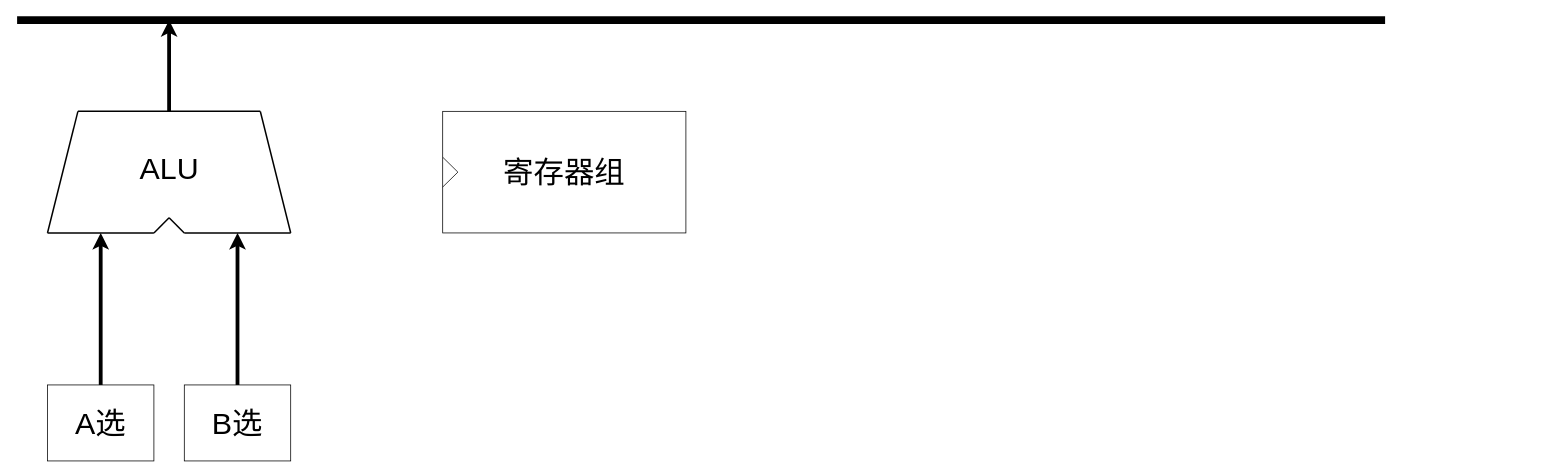
ShiaoYoung/Computer_Composition_Experiment keeps this draw.io diagram as toHandOn/总体结构图.drawio. Above is the earlier version. Source tidied: cells renumbered, new cells numbered last; positions are measured from the earlier drawing's top-left corner, leaving out a move shared by most shapes. Both pictures are drawn from the tidied source at 76%, with x=0, y=0 at pixel (17, 20).
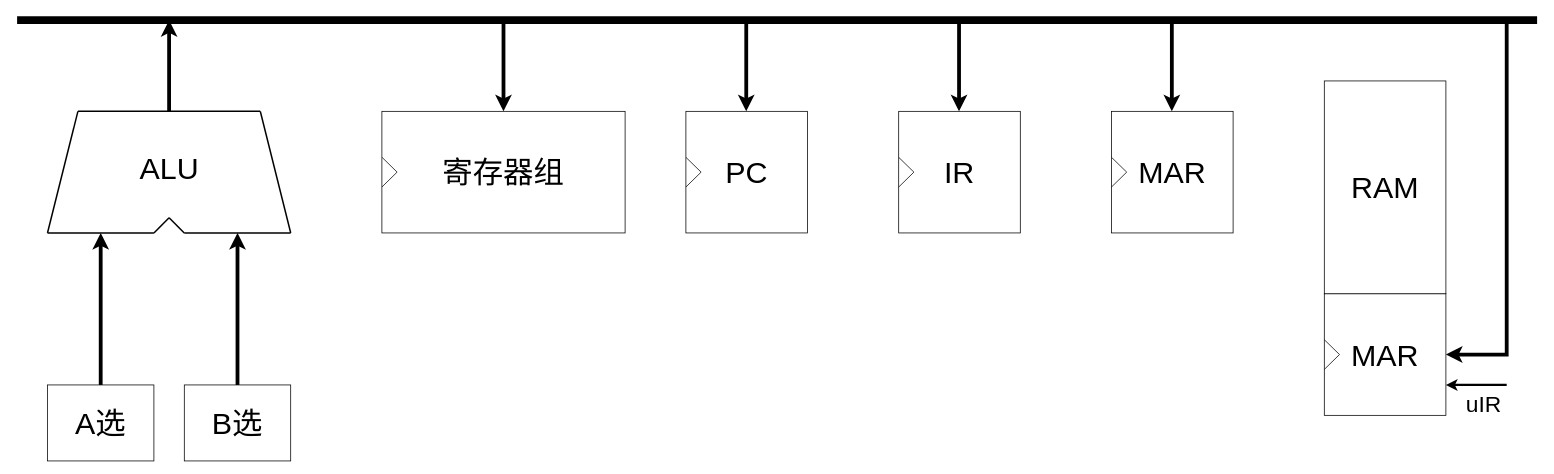
Above is the later version.

Commit message (it also covers changes not shown here):
更新总体结构图.drawio

What changed in the source:
```diff
@@
     <mxCell id="2" style="endArrow=none;html=1;rounded=0;jumpSize=10;strokeOpacity=100;arcSize=20;strokeWidth=10;" parent="1" edge="1">
       <mxGeometry relative="1" as="geometry">
         <mxPoint as="sourcePoint" />
-        <mxPoint x="1800" as="targetPoint" />
+        <mxPoint x="2000" as="targetPoint" />
       </mxGeometry>
     </mxCell>
@@
     <mxCell id="16" value="&lt;font style=&quot;font-size: 40px;&quot;&gt;寄存器组&lt;/font&gt;" style="rounded=0;whiteSpace=wrap;html=1;" parent="1" vertex="1">
-      <mxGeometry x="560" y="120" width="320" height="160" as="geometry" />
+      <mxGeometry x="480" y="120" width="320" height="160" as="geometry" />
     </mxCell>
     <mxCell id="17" style="endArrow=none;html=1;rounded=0;exitX=0.001;exitY=0.379;exitDx=0;exitDy=0;exitPerimeter=0;" parent="1" edge="1" source="16">
       <mxGeometry relative="1" as="geometry">
-        <mxPoint x="580" y="200" as="targetPoint" />
+        <mxPoint x="500" y="200" as="targetPoint" />
       </mxGeometry>
     </mxCell>
     <mxCell id="18" style="endArrow=none;html=1;rounded=0;exitX=-0.003;exitY=0.629;exitDx=0;exitDy=0;exitPerimeter=0;" parent="1" edge="1">
       <mxGeometry relative="1" as="geometry">
-        <mxPoint x="560" y="219.6" as="sourcePoint" />
-        <mxPoint x="580" y="200" as="targetPoint" />
+        <mxPoint x="480" y="219.6" as="sourcePoint" />
+        <mxPoint x="500" y="200" as="targetPoint" />
       </mxGeometry>
     </mxCell>
+    <mxCell id="19" value="&lt;font style=&quot;font-size: 40px;&quot;&gt;PC&lt;/font&gt;" style="rounded=0;whiteSpace=wrap;html=1;" parent="1" vertex="1">
+      <mxGeometry x="880" y="120" width="160" height="160" as="geometry" />
+    </mxCell>
+    <mxCell id="20" style="endArrow=none;html=1;rounded=0;exitX=0.001;exitY=0.379;exitDx=0;exitDy=0;exitPerimeter=0;" parent="1" edge="1" source="19">
+      <mxGeometry relative="1" as="geometry">
+        <mxPoint x="900" y="200" as="targetPoint" />
+      </mxGeometry>
+    </mxCell>
+    <mxCell id="21" style="endArrow=none;html=1;rounded=0;exitX=-0.003;exitY=0.629;exitDx=0;exitDy=0;exitPerimeter=0;" parent="1" edge="1">
+      <mxGeometry relative="1" as="geometry">
+        <mxPoint x="880" y="219.6" as="sourcePoint" />
+        <mxPoint x="900" y="200" as="targetPoint" />
+      </mxGeometry>
+    </mxCell>
+    <mxCell id="22" value="&lt;span style=&quot;font-size: 40px;&quot;&gt;IR&lt;/span&gt;" style="rounded=0;whiteSpace=wrap;html=1;" parent="1" vertex="1">
+      <mxGeometry x="1160" y="120" width="160" height="160" as="geometry" />
+    </mxCell>
+    <mxCell id="23" style="endArrow=none;html=1;rounded=0;exitX=0.001;exitY=0.379;exitDx=0;exitDy=0;exitPerimeter=0;" parent="1" edge="1" source="22">
+      <mxGeometry relative="1" as="geometry">
+        <mxPoint x="1180" y="200" as="targetPoint" />
+      </mxGeometry>
+    </mxCell>
+    <mxCell id="24" style="endArrow=none;html=1;rounded=0;exitX=-0.003;exitY=0.629;exitDx=0;exitDy=0;exitPerimeter=0;" parent="1" edge="1">
+      <mxGeometry relative="1" as="geometry">
+        <mxPoint x="1160" y="219.6" as="sourcePoint" />
+        <mxPoint x="1180" y="200" as="targetPoint" />
+      </mxGeometry>
+    </mxCell>
+    <mxCell id="25" value="&lt;span style=&quot;font-size: 40px;&quot;&gt;MAR&lt;/span&gt;" style="rounded=0;whiteSpace=wrap;html=1;" parent="1" vertex="1">
+      <mxGeometry x="1440" y="120" width="160" height="160" as="geometry" />
+    </mxCell>
+    <mxCell id="26" style="endArrow=none;html=1;rounded=0;exitX=0.001;exitY=0.379;exitDx=0;exitDy=0;exitPerimeter=0;" parent="1" edge="1" source="25">
+      <mxGeometry relative="1" as="geometry">
+        <mxPoint x="1460" y="200" as="targetPoint" />
+      </mxGeometry>
+    </mxCell>
+    <mxCell id="27" style="endArrow=none;html=1;rounded=0;exitX=-0.003;exitY=0.629;exitDx=0;exitDy=0;exitPerimeter=0;" parent="1" edge="1">
+      <mxGeometry relative="1" as="geometry">
+        <mxPoint x="1440" y="219.6" as="sourcePoint" />
+        <mxPoint x="1460" y="200" as="targetPoint" />
+      </mxGeometry>
+    </mxCell>
+    <mxCell id="28" value="&lt;span style=&quot;font-size: 40px;&quot;&gt;MAR&lt;/span&gt;" style="rounded=0;whiteSpace=wrap;html=1;" parent="1" vertex="1">
+      <mxGeometry x="1720" y="360" width="160" height="160" as="geometry" />
+    </mxCell>
+    <mxCell id="29" style="endArrow=none;html=1;rounded=0;exitX=0.001;exitY=0.379;exitDx=0;exitDy=0;exitPerimeter=0;" parent="1" edge="1" source="28">
+      <mxGeometry relative="1" as="geometry">
+        <mxPoint x="1740" y="440" as="targetPoint" />
+      </mxGeometry>
+    </mxCell>
+    <mxCell id="30" style="endArrow=none;html=1;rounded=0;exitX=-0.003;exitY=0.629;exitDx=0;exitDy=0;exitPerimeter=0;" parent="1" edge="1">
+      <mxGeometry relative="1" as="geometry">
+        <mxPoint x="1720" y="459.6" as="sourcePoint" />
+        <mxPoint x="1740" y="440" as="targetPoint" />
+      </mxGeometry>
+    </mxCell>
+    <mxCell id="31" value="&lt;font style=&quot;font-size: 40px;&quot;&gt;RAM&lt;/font&gt;" style="rounded=0;whiteSpace=wrap;html=1;" parent="1" vertex="1">
+      <mxGeometry x="1720" y="80" width="160" height="280" as="geometry" />
+    </mxCell>
+    <mxCell id="32" style="endArrow=classic;html=1;rounded=0;entryX=0.5;entryY=0;entryDx=0;entryDy=0;strokeWidth=5;" parent="1" edge="1" target="16">
+      <mxGeometry relative="1" as="geometry">
+        <mxPoint x="640" as="sourcePoint" />
+      </mxGeometry>
+    </mxCell>
+    <mxCell id="33" style="endArrow=classic;html=1;rounded=0;entryX=0.5;entryY=0;entryDx=0;entryDy=0;strokeWidth=5;" parent="1" edge="1">
+      <mxGeometry relative="1" as="geometry">
+        <mxPoint x="959.4" as="sourcePoint" />
+        <mxPoint x="959.4" y="120" as="targetPoint" />
+      </mxGeometry>
+    </mxCell>
+    <mxCell id="34" style="endArrow=classic;html=1;rounded=0;entryX=0.5;entryY=0;entryDx=0;entryDy=0;strokeWidth=5;" parent="1" edge="1">
+      <mxGeometry relative="1" as="geometry">
+        <mxPoint x="1239.4" as="sourcePoint" />
+        <mxPoint x="1239.4" y="120" as="targetPoint" />
+      </mxGeometry>
+    </mxCell>
+    <mxCell id="35" style="endArrow=classic;html=1;rounded=0;entryX=0.5;entryY=0;entryDx=0;entryDy=0;strokeWidth=5;" parent="1" edge="1">
+      <mxGeometry relative="1" as="geometry">
+        <mxPoint x="1519.4" as="sourcePoint" />
+        <mxPoint x="1519.4" y="120" as="targetPoint" />
+      </mxGeometry>
+    </mxCell>
+    <mxCell id="36" style="endArrow=classic;html=1;rounded=0;strokeWidth=5;entryX=1;entryY=0.5;entryDx=0;entryDy=0;" parent="1" edge="1" target="28">
+      <mxGeometry relative="1" as="geometry">
+        <mxPoint x="1960" as="sourcePoint" />
+        <Array as="points">
+          <mxPoint x="1960" y="440" />
+        </Array>
+      </mxGeometry>
+    </mxCell>
+    <mxCell id="37" style="endArrow=classic;html=1;rounded=0;entryX=1;entryY=0.75;entryDx=0;entryDy=0;strokeWidth=3;" parent="1" edge="1" target="28">
+      <mxGeometry relative="1" as="geometry">
+        <mxPoint x="1960" y="480" as="sourcePoint" />
+      </mxGeometry>
+    </mxCell>
+    <mxCell id="38" value="&lt;font style=&quot;font-size: 30px;&quot;&gt;uIR&lt;/font&gt;" style="text;html=1;align=center;verticalAlign=middle;whiteSpace=wrap;rounded=0;" parent="1" vertex="1">
+      <mxGeometry x="1900" y="490" width="60" height="30" as="geometry" />
+    </mxCell>
```
